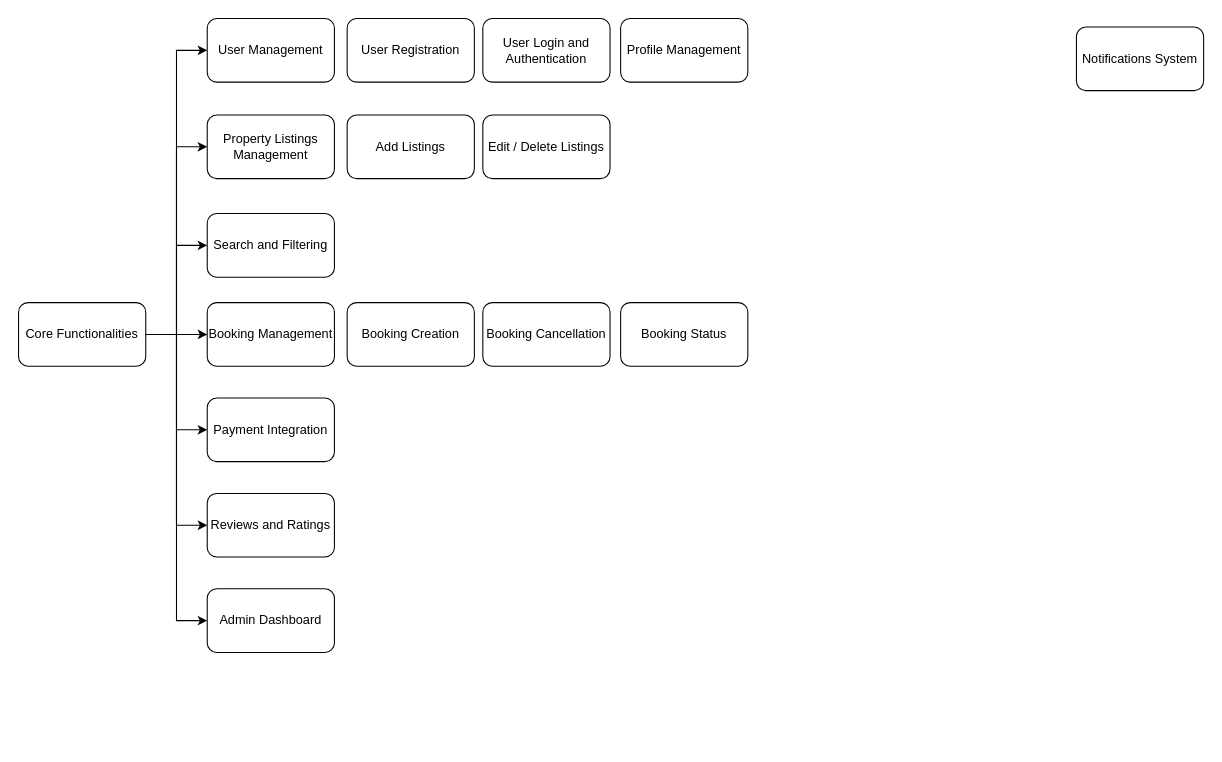
Above: features-and-functionalities/features_and_functionalities.drawio in iamArvy/alx-airbnb-project-documentation (draw.io), before the change. Source tidied: cells renumbered, new cells numbered last; positions are measured from the earlier drawing's top-left corner, leaving out a move shared by most shapes. Both pictures are drawn from the tidied source at 106%, with x=0, y=0 at pixel (18, 18).
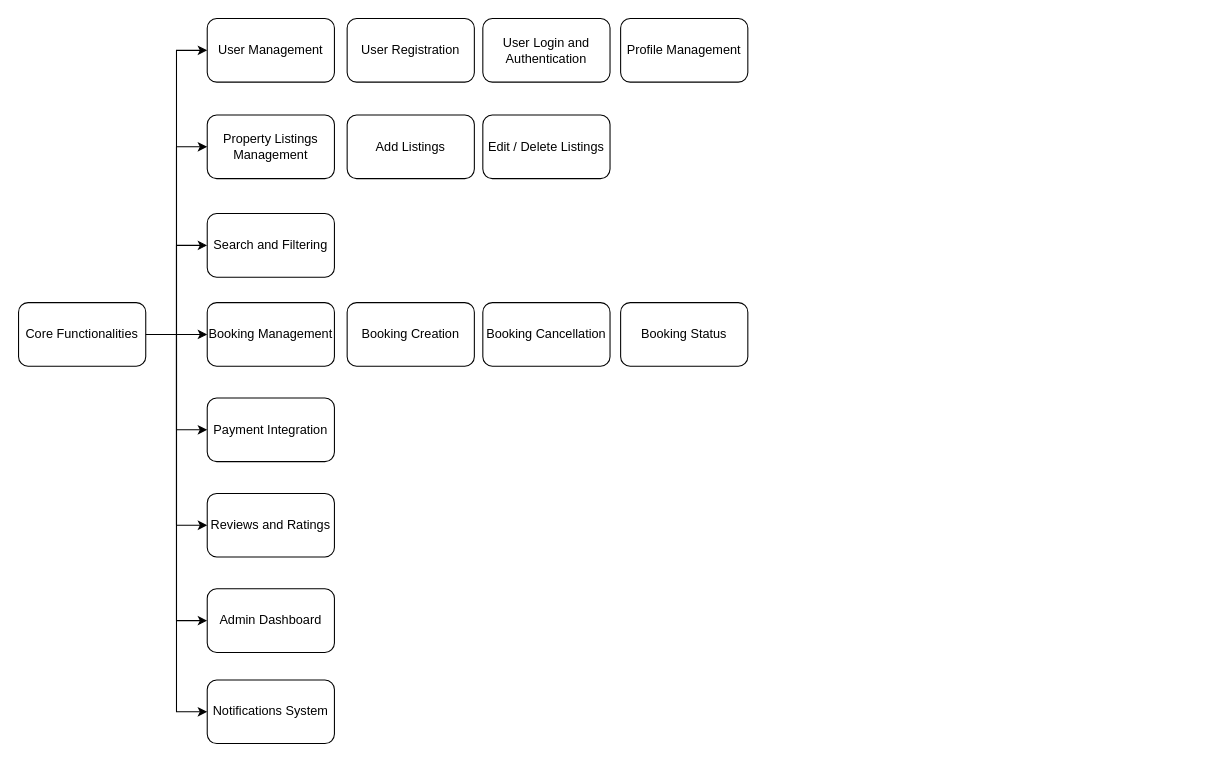
After the change.

The change refers to these unchanged cells:
```xml
<mxCell id="9" value="Core Functionalities" style="rounded=1;whiteSpace=wrap;html=1;" parent="1" vertex="1">
  <mxGeometry y="268" width="120" height="60" as="geometry" />
</mxCell>
```

What changed in the source:
```diff
@@
+    <mxCell id="26" style="edgeStyle=orthogonalEdgeStyle;html=1;entryX=0;entryY=0.5;entryDx=0;entryDy=0;rounded=0;curved=0;" parent="1" edge="1" source="9" target="16">
+      <mxGeometry relative="1" as="geometry" />
+    </mxCell>
@@
     <mxCell id="16" value="Notifications System" style="rounded=1;whiteSpace=wrap;html=1;" parent="1" vertex="1">
-      <mxGeometry x="998" y="8" width="120" height="60" as="geometry" />
+      <mxGeometry x="178" y="624" width="120" height="60" as="geometry" />
     </mxCell>
```
